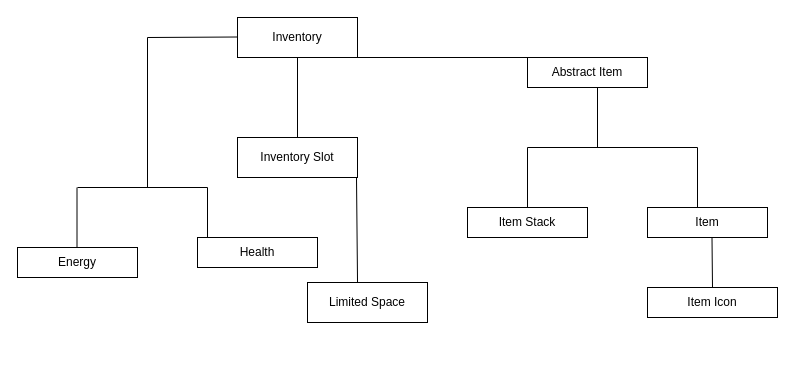
Earlier version of the draw.io diagram Inventory.drawio (Pepsui/Code-AI). Source tidied: cells renumbered, new cells numbered last; positions are measured from the earlier drawing's top-left corner, leaving out a move shared by most shapes. Both pictures are drawn from the tidied source at 100%, with x=0, y=0 at pixel (17, 17).
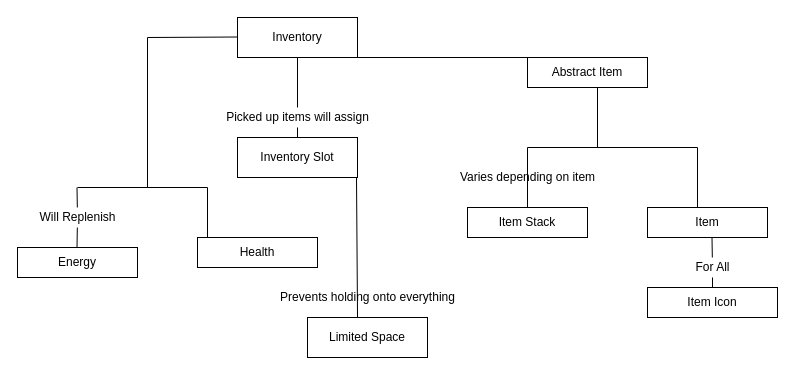
Above is the later version.

The change refers to these unchanged cells:
```xml
<mxCell id="2" value="Inventory" style="rounded=0;whiteSpace=wrap;html=1;" parent="1" vertex="1">
  <mxGeometry x="220" width="120" height="40" as="geometry" />
</mxCell>
```

Change to the diagram source:
```diff
@@
-    <mxCell id="7" style="endArrow=none;html=1;rounded=0;entryX=0.5;entryY=1;entryDx=0;entryDy=0;" parent="1" edge="1" target="2">
-      <mxGeometry relative="1" as="geometry">
-        <mxPoint x="280" y="120" as="sourcePoint" />
-      </mxGeometry>
+    <mxCell id="7" style="endArrow=none;html=1;rounded=0;entryX=0.5;entryY=1;entryDx=0;entryDy=0;startArrow=none;" parent="1" edge="1" source="28" target="2">
+      <mxGeometry relative="1" as="geometry" />
     </mxCell>
@@
-    <mxCell id="16" style="endArrow=none;html=1;rounded=0;" parent="1" edge="1">
+    <mxCell id="16" style="endArrow=none;html=1;rounded=0;startArrow=none;" parent="1" edge="1" source="26">
       <mxGeometry relative="1" as="geometry">
-        <mxPoint x="59.5" y="230" as="sourcePoint" />
         <mxPoint x="59.5" y="170" as="targetPoint" />
       </mxGeometry>
     </mxCell>
@@
-    <mxCell id="21" style="endArrow=none;html=1;rounded=0;" parent="1" edge="1">
+    <mxCell id="21" style="endArrow=none;html=1;rounded=0;startArrow=none;" parent="1" edge="1" source="30">
       <mxGeometry relative="1" as="geometry">
-        <mxPoint x="695" y="270" as="sourcePoint" />
         <mxPoint x="694.5" y="220" as="targetPoint" />
       </mxGeometry>
     </mxCell>
@@
     <mxCell id="23" value="Limited Space" style="rounded=0;whiteSpace=wrap;html=1;" parent="1" vertex="1">
-      <mxGeometry x="290" y="265" width="120" height="40" as="geometry" />
+      <mxGeometry x="290" y="300" width="120" height="40" as="geometry" />
     </mxCell>
+    <mxCell id="24" value="Varies depending on item" style="text;html=1;align=center;verticalAlign=middle;fillColor=none;strokeColor=none;rounded=0;" parent="1" vertex="1">
+      <mxGeometry x="435" y="150" width="150" height="20" as="geometry" />
+    </mxCell>
+    <mxCell id="25" value="Prevents holding onto everything" style="text;html=1;align=center;verticalAlign=middle;fillColor=none;strokeColor=none;rounded=0;" parent="1" vertex="1">
+      <mxGeometry x="255" y="270" width="190" height="20" as="geometry" />
+    </mxCell>
+    <mxCell id="26" value="Will Replenish" style="text;html=1;align=center;verticalAlign=middle;points=[];fillColor=none;strokeColor=none;rounded=0;" parent="1" vertex="1">
+      <mxGeometry x="15" y="190" width="90" height="20" as="geometry" />
+    </mxCell>
+    <mxCell id="27" style="endArrow=none;html=1;rounded=0;" parent="1" edge="1" target="26">
+      <mxGeometry relative="1" as="geometry">
+        <mxPoint x="59.5" y="230" as="sourcePoint" />
+      </mxGeometry>
+    </mxCell>
+    <mxCell id="28" value="Picked up items will assign" style="text;html=1;align=center;verticalAlign=middle;points=[];fillColor=none;strokeColor=none;rounded=0;" parent="1" vertex="1">
+      <mxGeometry x="200" y="90" width="160" height="20" as="geometry" />
+    </mxCell>
+    <mxCell id="29" style="endArrow=none;html=1;rounded=0;entryX=0.5;entryY=1;entryDx=0;entryDy=0;" parent="1" edge="1" target="28">
+      <mxGeometry relative="1" as="geometry">
+        <mxPoint x="280" y="120" as="sourcePoint" />
+      </mxGeometry>
+    </mxCell>
+    <mxCell id="30" value="For All" style="text;html=1;align=center;verticalAlign=middle;points=[];fillColor=none;strokeColor=none;rounded=0;" parent="1" vertex="1">
+      <mxGeometry x="670" y="240" width="50" height="20" as="geometry" />
+    </mxCell>
+    <mxCell id="31" style="endArrow=none;html=1;rounded=0;" parent="1" edge="1" target="30">
+      <mxGeometry relative="1" as="geometry">
+        <mxPoint x="695" y="270" as="sourcePoint" />
+      </mxGeometry>
+    </mxCell>
```
